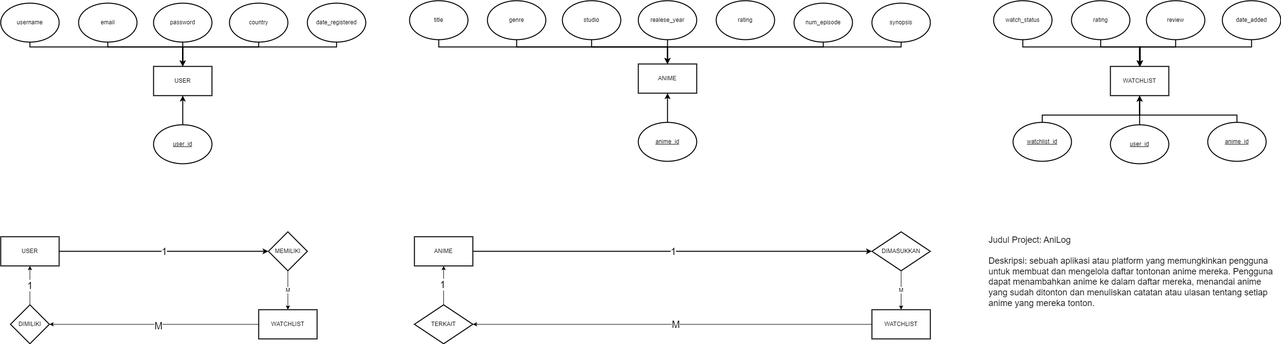
This is tugas_erd_muhamad_shidiq_maulana_fs5.drawio.png from shidiqmuh0/testampas, a draw.io export, as it was before one commit. Source tidied: cells renumbered, new cells last; positions are measured from the earlier drawing's top-left corner, leaving out a move shared by most shapes.
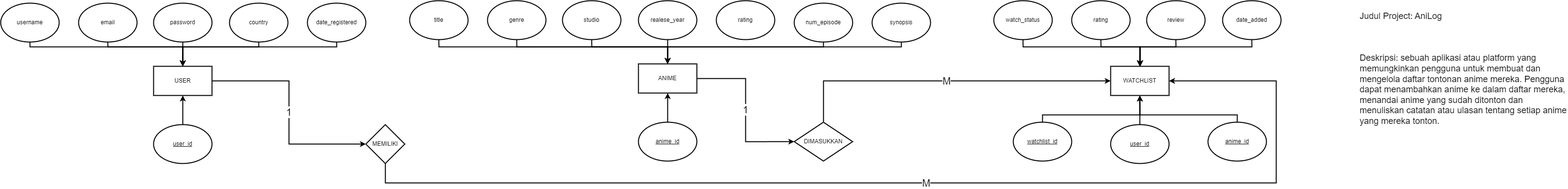
The same file after the commit.

The edit, as a diff of the source:
```diff
@@ -2,6 +2,9 @@
   <root>
     <mxCell id="0" />
     <mxCell id="1" parent="0" />
+    <mxCell id="66" value="&lt;font style=&quot;font-size: 20px;&quot;&gt;1&lt;/font&gt;" style="edgeStyle=orthogonalEdgeStyle;rounded=0;jettySize=auto;html=1;entryX=0;entryY=0.5;entryDx=0;entryDy=0;strokeWidth=2;" parent="1" edge="1" source="2" target="55">
+      <mxGeometry relative="1" as="geometry" />
+    </mxCell>
     <mxCell id="2" value="USER" style="rounded=0;whiteSpace=wrap;html=1;strokeWidth=2;" parent="1" vertex="1">
       <mxGeometry x="314" y="135" width="120" height="60" as="geometry" />
     </mxCell>
@@ -67,6 +70,9 @@
     <mxCell id="14" value="date_registered" style="ellipse;whiteSpace=wrap;html=1;strokeWidth=2;" parent="1" vertex="1">
       <mxGeometry x="630" y="5" width="120" height="80" as="geometry" />
     </mxCell>
+    <mxCell id="67" value="&lt;font style=&quot;font-size: 20px;&quot;&gt;1&lt;/font&gt;" style="edgeStyle=orthogonalEdgeStyle;rounded=0;jettySize=auto;html=1;entryX=0;entryY=0.5;entryDx=0;entryDy=0;strokeWidth=2;" parent="1" edge="1" source="15" target="57">
+      <mxGeometry relative="1" as="geometry" />
+    </mxCell>
     <mxCell id="15" value="ANIME" style="rounded=0;whiteSpace=wrap;html=1;strokeWidth=2;" parent="1" vertex="1">
       <mxGeometry x="1310" y="130" width="120" height="60" as="geometry" />
     </mxCell>
@@ -220,76 +226,32 @@
     <mxCell id="45" value="&lt;u&gt;anime_id&lt;/u&gt;" style="ellipse;whiteSpace=wrap;html=1;strokeWidth=2;" parent="1" vertex="1">
       <mxGeometry x="2480" y="250" width="120" height="80" as="geometry" />
     </mxCell>
+    <mxCell id="68" value="&lt;font style=&quot;font-size: 20px;&quot;&gt;M&lt;/font&gt;" style="edgeStyle=orthogonalEdgeStyle;rounded=0;jettySize=auto;html=1;strokeWidth=2;" parent="1" edge="1" source="55">
+      <mxGeometry relative="1" as="geometry">
+        <mxPoint x="2400" y="165" as="targetPoint" />
+        <Array as="points">
+          <mxPoint x="790" y="375" />
+          <mxPoint x="2620" y="375" />
+          <mxPoint x="2620" y="165" />
+        </Array>
+      </mxGeometry>
+    </mxCell>
+    <mxCell id="55" value="MEMILIKI" style="rhombus;whiteSpace=wrap;html=1;strokeWidth=2;" parent="1" vertex="1">
+      <mxGeometry x="750" y="255" width="80" height="80" as="geometry" />
+    </mxCell>
+    <mxCell id="69" value="&lt;font style=&quot;font-size: 20px;&quot;&gt;M&lt;/font&gt;" style="edgeStyle=orthogonalEdgeStyle;rounded=0;jettySize=auto;html=1;strokeWidth=2;" parent="1" edge="1" source="57">
+      <mxGeometry relative="1" as="geometry">
+        <mxPoint x="2280" y="165" as="targetPoint" />
+        <Array as="points">
+          <mxPoint x="1690" y="165" />
+        </Array>
+      </mxGeometry>
+    </mxCell>
+    <mxCell id="57" value="DIMASUKKAN" style="rhombus;whiteSpace=wrap;html=1;strokeWidth=2;" parent="1" vertex="1">
+      <mxGeometry x="1630" y="250" width="120" height="80" as="geometry" />
+    </mxCell>
-    <mxCell id="46" value="&lt;font style=&quot;font-size: 18px;&quot;&gt;Judul Project: AniLog&lt;br&gt;&lt;br&gt;Deskripsi: sebuah aplikasi atau platform yang memungkinkan pengguna untuk membuat dan mengelola daftar tontonan anime mereka. Pengguna dapat menambahkan anime ke dalam daftar mereka, menandai anime yang sudah ditonton dan menuliskan catatan atau ulasan tentang setiap anime yang mereka tonton.&lt;/font&gt;" style="text;whiteSpace=wrap;html=1;" parent="1" vertex="1">
-      <mxGeometry x="2028" y="475" width="592" height="230" as="geometry" />
+    <mxCell id="46" value="&lt;font style=&quot;font-size: 18px;&quot;&gt;Judul Project: AniLog&lt;br/&gt;&lt;br&gt;&lt;br/&gt;&lt;br&gt;Deskripsi: sebuah aplikasi atau platform yang memungkinkan pengguna untuk membuat dan mengelola daftar tontonan anime mereka. Pengguna dapat menambahkan anime ke dalam daftar mereka, menandai anime yang sudah ditonton dan menuliskan catatan atau ulasan tentang setiap anime yang mereka tonton.&lt;/font&gt;" style="text;whiteSpace=wrap;html=1;" parent="1" vertex="1">
+      <mxGeometry x="2790" y="15" width="430" height="360" as="geometry" />
     </mxCell>
-    <mxCell id="47" value="&lt;font style=&quot;font-size: 20px;&quot;&gt;1&lt;/font&gt;" style="edgeStyle=orthogonalEdgeStyle;rounded=0;jettySize=auto;html=1;entryX=0;entryY=0.5;entryDx=0;entryDy=0;strokeWidth=2;" parent="1" edge="1" source="48" target="55">
-      <mxGeometry relative="1" as="geometry" />
-    </mxCell>
-    <mxCell id="48" value="USER" style="rounded=0;whiteSpace=wrap;html=1;strokeWidth=2;" parent="1" vertex="1">
-      <mxGeometry y="485" width="120" height="60" as="geometry" />
-    </mxCell>
-    <mxCell id="49" value="&lt;font style=&quot;font-size: 20px;&quot;&gt;1&lt;/font&gt;" style="edgeStyle=orthogonalEdgeStyle;rounded=0;jettySize=auto;html=1;entryX=0;entryY=0.5;entryDx=0;entryDy=0;strokeWidth=2;" parent="1" edge="1" source="50" target="57">
-      <mxGeometry relative="1" as="geometry" />
-    </mxCell>
-    <mxCell id="50" value="ANIME" style="rounded=0;whiteSpace=wrap;html=1;strokeWidth=2;" parent="1" vertex="1">
-      <mxGeometry x="850" y="485" width="120" height="60" as="geometry" />
-    </mxCell>
-    <mxCell id="51" style="edgeStyle=orthogonalEdgeStyle;rounded=0;jettySize=auto;html=1;" parent="1" edge="1" source="53" target="62">
-      <mxGeometry relative="1" as="geometry" />
-    </mxCell>
-    <mxCell id="52" value="&lt;font style=&quot;font-size: 20px;&quot;&gt;M&lt;/font&gt;" style="edgeLabel;html=1;align=center;verticalAlign=middle;" parent="51" vertex="1">
-      <mxGeometry x="-0.04" y="1" relative="1" as="geometry" />
-    </mxCell>
-    <mxCell id="53" value="WATCHLIST" style="rounded=0;whiteSpace=wrap;html=1;strokeWidth=2;" parent="1" vertex="1">
-      <mxGeometry x="530" y="635" width="120" height="60" as="geometry" />
-    </mxCell>
-    <mxCell id="54" value="M" style="edgeStyle=orthogonalEdgeStyle;rounded=0;jettySize=auto;html=1;exitX=0.5;exitY=1;exitDx=0;exitDy=0;entryX=0.5;entryY=0;entryDx=0;entryDy=0;" parent="1" edge="1" source="55" target="53">
-      <mxGeometry relative="1" as="geometry">
-        <Array as="points">
-          <mxPoint x="590" y="625" />
-          <mxPoint x="590" y="625" />
-        </Array>
-      </mxGeometry>
-    </mxCell>
-    <mxCell id="55" value="MEMILIKI" style="rhombus;whiteSpace=wrap;html=1;strokeWidth=2;" parent="1" vertex="1">
-      <mxGeometry x="550" y="475" width="80" height="80" as="geometry" />
-    </mxCell>
-    <mxCell id="56" value="M" style="edgeStyle=orthogonalEdgeStyle;rounded=0;jettySize=auto;html=1;entryX=0.5;entryY=0;entryDx=0;entryDy=0;exitX=0.5;exitY=1;exitDx=0;exitDy=0;" parent="1" edge="1" source="57" target="60">
-      <mxGeometry relative="1" as="geometry">
-        <Array as="points">
-          <mxPoint x="1850" y="635" />
-        </Array>
-      </mxGeometry>
-    </mxCell>
-    <mxCell id="57" value="DIMASUKKAN" style="rhombus;whiteSpace=wrap;html=1;strokeWidth=2;" parent="1" vertex="1">
-      <mxGeometry x="1790" y="475" width="120" height="80" as="geometry" />
-    </mxCell>
-    <mxCell id="58" style="edgeStyle=orthogonalEdgeStyle;rounded=0;jettySize=auto;html=1;entryX=1;entryY=0.5;entryDx=0;entryDy=0;" parent="1" edge="1" source="60" target="65">
-      <mxGeometry relative="1" as="geometry" />
-    </mxCell>
-    <mxCell id="59" value="&lt;font style=&quot;font-size: 20px;&quot;&gt;M&lt;/font&gt;" style="edgeLabel;html=1;align=center;verticalAlign=middle;" parent="58" vertex="1">
-      <mxGeometry x="-0.01" y="-2" relative="1" as="geometry">
-        <mxPoint x="-1" as="offset" />
-      </mxGeometry>
-    </mxCell>
-    <mxCell id="60" value="WATCHLIST" style="rounded=0;whiteSpace=wrap;html=1;strokeWidth=2;" parent="1" vertex="1">
-      <mxGeometry x="1790" y="635" width="120" height="60" as="geometry" />
-    </mxCell>
-    <mxCell id="61" value="&lt;font style=&quot;font-size: 20px;&quot;&gt;1&lt;/font&gt;" style="edgeStyle=orthogonalEdgeStyle;rounded=0;jettySize=auto;html=1;" parent="1" edge="1" source="62" target="48">
-      <mxGeometry relative="1" as="geometry" />
-    </mxCell>
-    <mxCell id="62" value="DIMILIKI" style="rhombus;whiteSpace=wrap;html=1;strokeWidth=2;" parent="1" vertex="1">
-      <mxGeometry x="20" y="625" width="80" height="80" as="geometry" />
-    </mxCell>
-    <mxCell id="63" style="edgeStyle=orthogonalEdgeStyle;rounded=0;jettySize=auto;html=1;entryX=0.5;entryY=1;entryDx=0;entryDy=0;" parent="1" edge="1" source="65" target="50">
-      <mxGeometry relative="1" as="geometry" />
-    </mxCell>
-    <mxCell id="64" value="&lt;font style=&quot;font-size: 20px;&quot;&gt;1&lt;/font&gt;" style="edgeLabel;html=1;align=center;verticalAlign=middle;" parent="63" vertex="1">
-      <mxGeometry x="0.05" y="4" relative="1" as="geometry" />
-    </mxCell>
-    <mxCell id="65" value="TERKAIT" style="rhombus;whiteSpace=wrap;html=1;strokeWidth=2;" parent="1" vertex="1">
-      <mxGeometry x="850" y="625" width="120" height="80" as="geometry" />
-    </mxCell>
   </root>
 </mxGraphModel>
```
